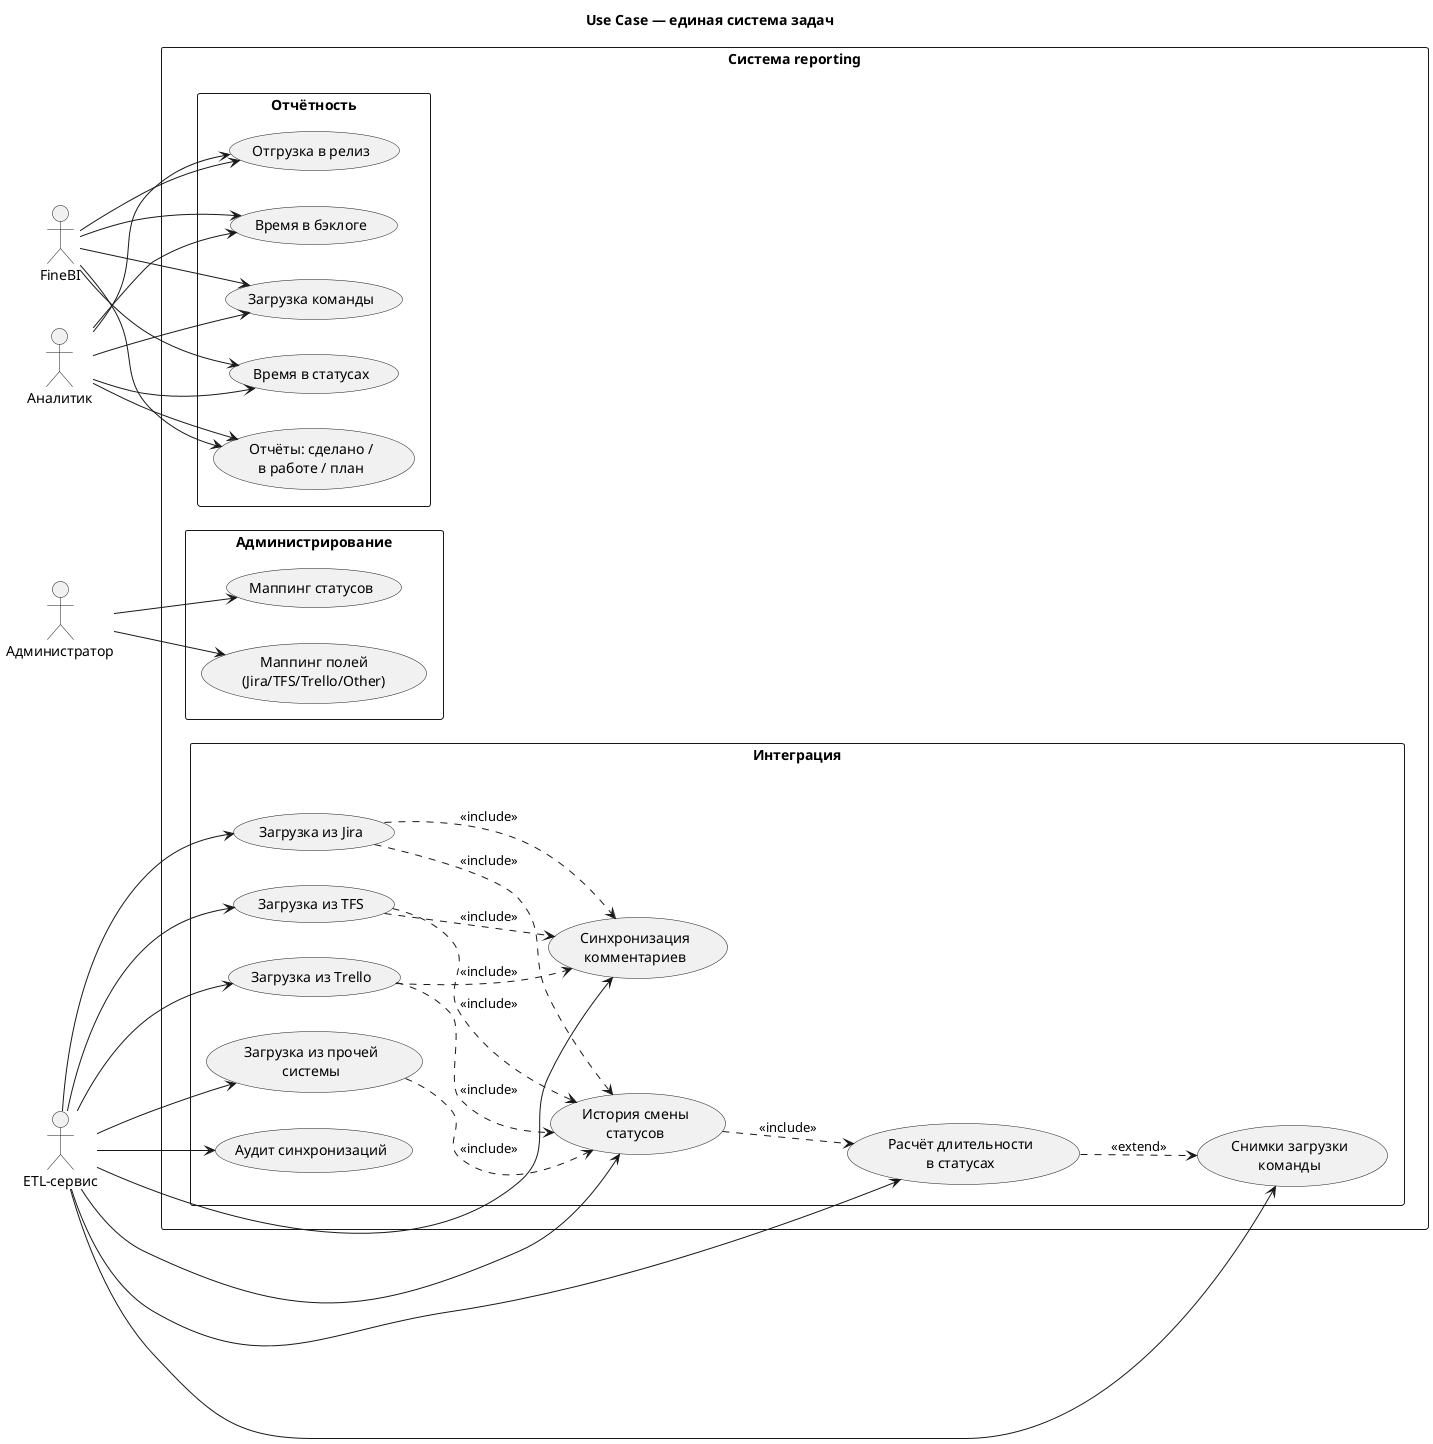
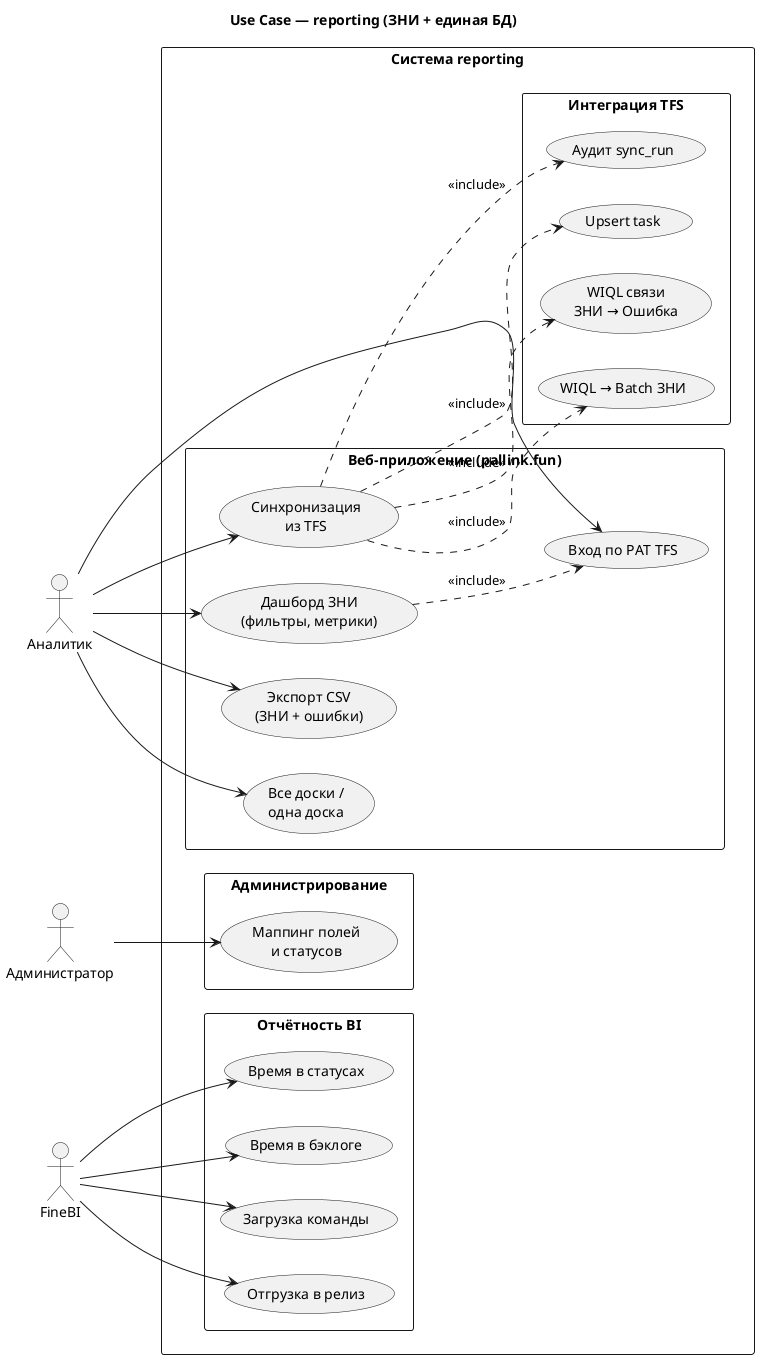
@startuml use-case
left to right direction
skinparam packageStyle rectangle

- title Use Case — единая система задач
+ title Use Case — reporting (ЗНИ + единая БД)

actor "Аналитик" as analyst
actor "Администратор" as admin
- actor "ETL-сервис" as etl
actor "FineBI" as bi

rectangle "Система reporting" {

-   package "Отчётность" {
-     usecase "Отчёты: сделано /\nв работе / план" as UC1
+   package "Веб-приложение (pallink.fun)" {
+     usecase "Вход по PAT TFS" as UC_AUTH
+     usecase "Дашборд ЗНИ\n(фильтры, метрики)" as UC_DASH
+     usecase "Синхронизация\nиз TFS" as UC_SYNC
+     usecase "Экспорт CSV\n(ЗНИ + ошибки)" as UC_EXPORT
+     usecase "Все доски /\nодна доска" as UC_BOARD
+   }
+ 
+   package "Отчётность BI" {
    usecase "Время в статусах" as UC2
    usecase "Время в бэклоге" as UC3
    usecase "Загрузка команды" as UC4
    usecase "Отгрузка в релиз" as UC5
  }

  package "Администрирование" {
-     usecase "Маппинг полей\n(Jira/TFS/Trello/Other)" as UC6
-     usecase "Маппинг статусов" as UC7
+     usecase "Маппинг полей\nи статусов" as UC6
  }

-   package "Интеграция" {
-     usecase "Загрузка из Jira" as UC8
-     usecase "Загрузка из TFS" as UC9
-     usecase "Загрузка из Trello" as UC10
-     usecase "Загрузка из прочей\nсистемы" as UC11
-     usecase "Синхронизация\nкомментариев" as UC12
-     usecase "История смены\nстатусов" as UC13
-     usecase "Расчёт длительности\nв статусах" as UC14
-     usecase "Снимки загрузки\nкоманды" as UC15
-     usecase "Аудит синхронизаций" as UC16
+   package "Интеграция TFS" {
+     usecase "WIQL → Batch ЗНИ" as UC9A
+     usecase "WIQL связи\nЗНИ → Ошибка" as UC9B
+     usecase "Upsert task" as UC9C
+     usecase "Аудит sync_run" as UC16
  }
}

- analyst --> UC1
- analyst --> UC2
- analyst --> UC3
- analyst --> UC4
- analyst --> UC5
+ analyst --> UC_AUTH
+ analyst --> UC_DASH
+ analyst --> UC_SYNC
+ analyst --> UC_EXPORT
+ analyst --> UC_BOARD

- bi --> UC1
bi --> UC2
bi --> UC3
bi --> UC4
bi --> UC5

admin --> UC6
- admin --> UC7

- etl --> UC8
- etl --> UC9
- etl --> UC10
- etl --> UC11
- etl --> UC12
- etl --> UC13
- etl --> UC14
- etl --> UC15
- etl --> UC16
- 
- UC8 ..> UC13 : <<include>>
- UC9 ..> UC13 : <<include>>
- UC10 ..> UC13 : <<include>>
- UC11 ..> UC13 : <<include>>
- 
- UC8 ..> UC12 : <<include>>
- UC9 ..> UC12 : <<include>>
- UC10 ..> UC12 : <<include>>
- 
- UC13 ..> UC14 : <<include>>
- UC14 ..> UC15 : <<extend>>
+ UC_SYNC ..> UC9A : <<include>>
+ UC_SYNC ..> UC9B : <<include>>
+ UC_SYNC ..> UC9C : <<include>>
+ UC_SYNC ..> UC16 : <<include>>
+ UC_DASH ..> UC_AUTH : <<include>>

@enduml
